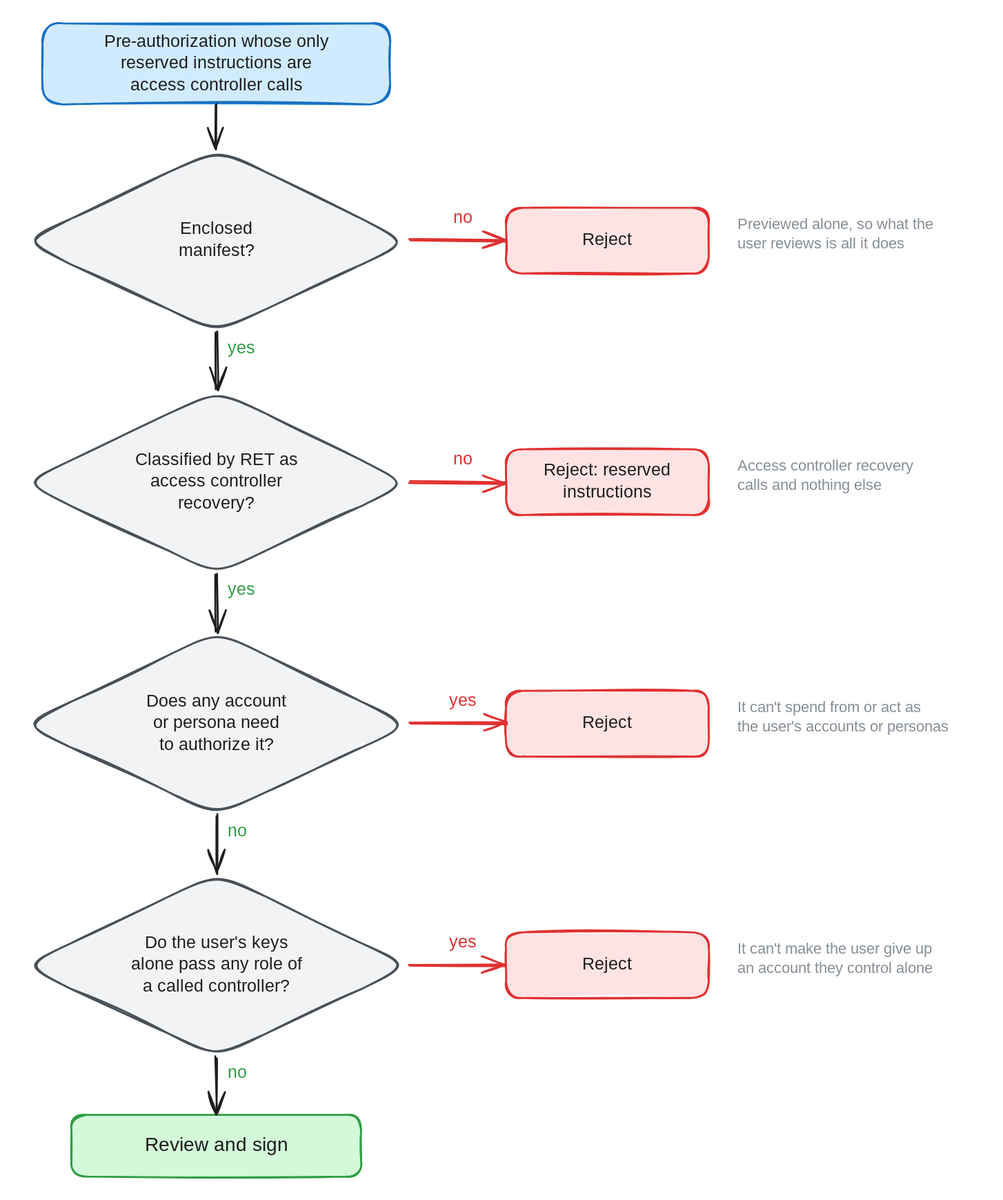
radixdlt/sargon keeps this Excalidraw diagram as docs/shared-control-pre-authorization/gate.svg. Above is the earlier version. Source tidied: one line per element, renumbered; positions are measured from the earlier drawing's top-left corner, leaving out a move shared by most shapes.
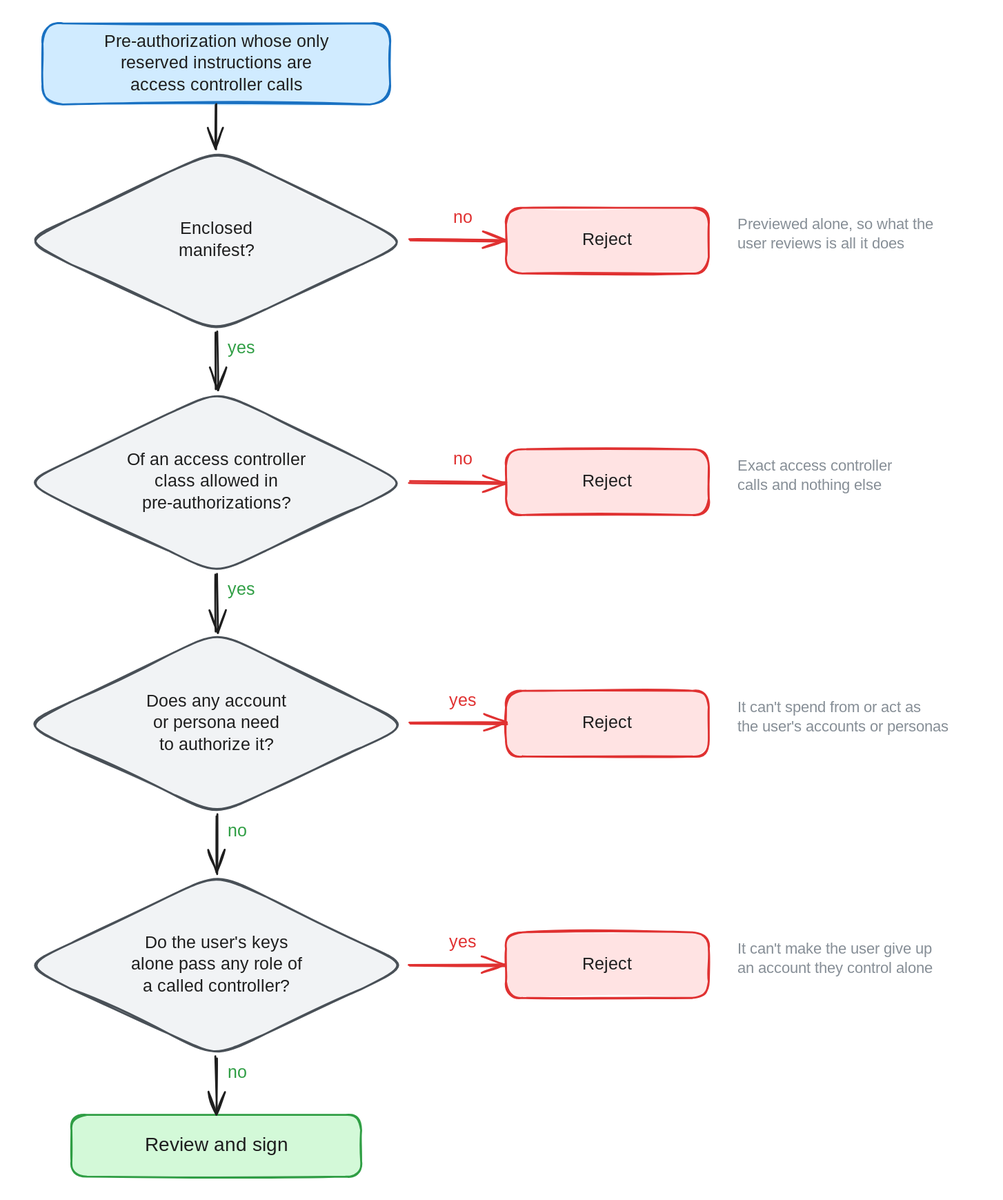
The same file after the commit.

The edit, as a diff of the source:
```diff
@@ -9,14 +9,14 @@
 {"id": 8, "type": "text", "text": "no", "strokeColor": "#e03131", "strokeWidth": 2, "roughness": 1, "fontSize": 18, "fontFamily": 5, "textAlign": "center", "x": 445, "y": 191, "width": 20, "height": 22}
 {"id": 9, "type": "text", "text": "Previewed alone, so what the\nuser reviews is all it does", "strokeColor": "#868e96", "strokeWidth": 2, "roughness": 1, "fontSize": 16, "fontFamily": 5, "x": 740, "y": 199, "width": 229, "height": 40}
 {"id": 10, "type": "diamond", "strokeColor": "#495057", "backgroundColor": "#f1f3f5", "fillStyle": "solid", "strokeWidth": 2, "roughness": 1, "round": true, "x": 0, "y": 380, "width": 400, "height": 190}
-{"id": 11, "type": "text", "text": "Classified by RET as\naccess controller\nrecovery?", "strokeColor": "#1e1e1e", "strokeWidth": 2, "roughness": 1, "fontSize": 18, "fontFamily": 5, "textAlign": "center", "verticalAlign": "middle", "inside": 10, "x": 107, "y": 441, "width": 186, "height": 68}
+{"id": 11, "type": "text", "text": "Of an access controller\nclass allowed in\npre-authorizations?", "strokeColor": "#1e1e1e", "strokeWidth": 2, "roughness": 1, "fontSize": 18, "fontFamily": 5, "textAlign": "center", "verticalAlign": "middle", "inside": 10, "x": 98, "y": 441, "width": 205, "height": 68}
 {"id": 12, "type": "arrow", "strokeColor": "#1e1e1e", "strokeWidth": 2, "roughness": 1, "endArrowhead": "arrow", "round": true, "from": 2, "to": 10, "x": 200, "y": 320, "width": 0, "height": 60, "points": [[0, 0], [0, 60]]}
 {"id": 13, "type": "text", "text": "yes", "strokeColor": "#2f9e44", "strokeWidth": 2, "roughness": 1, "fontSize": 18, "fontFamily": 5, "x": 212, "y": 326, "width": 29, "height": 22}
 {"id": 14, "type": "rectangle", "strokeColor": "#e03131", "backgroundColor": "#ffe3e3", "fillStyle": "solid", "strokeWidth": 2, "roughness": 1, "round": true, "x": 500, "y": 441, "width": 210, "height": 68}
-{"id": 15, "type": "text", "text": "Reject: reserved\ninstructions", "strokeColor": "#1e1e1e", "strokeWidth": 2, "roughness": 1, "fontSize": 18, "fontFamily": 5, "textAlign": "center", "verticalAlign": "middle", "inside": 14, "x": 533, "y": 452, "width": 143, "height": 45}
+{"id": 15, "type": "text", "text": "Reject", "strokeColor": "#1e1e1e", "strokeWidth": 2, "roughness": 1, "fontSize": 18, "fontFamily": 5, "textAlign": "center", "verticalAlign": "middle", "inside": 14, "x": 576, "y": 464, "width": 58, "height": 22}
 {"id": 16, "type": "arrow", "strokeColor": "#e03131", "strokeWidth": 2, "roughness": 1, "endArrowhead": "arrow", "round": true, "from": 10, "to": 14, "x": 400, "y": 475, "width": 100, "height": 0, "points": [[0, 0], [100, 0]]}
 {"id": 17, "type": "text", "text": "no", "strokeColor": "#e03131", "strokeWidth": 2, "roughness": 1, "fontSize": 18, "fontFamily": 5, "textAlign": "center", "x": 445, "y": 441, "width": 20, "height": 22}
-{"id": 18, "type": "text", "text": "Access controller recovery\ncalls and nothing else", "strokeColor": "#868e96", "strokeWidth": 2, "roughness": 1, "fontSize": 16, "fontFamily": 5, "x": 740, "y": 449, "width": 204, "height": 40}
+{"id": 18, "type": "text", "text": "Exact access controller\ncalls and nothing else", "strokeColor": "#868e96", "strokeWidth": 2, "roughness": 1, "fontSize": 16, "fontFamily": 5, "x": 740, "y": 449, "width": 184, "height": 40}
 {"id": 19, "type": "diamond", "strokeColor": "#495057", "backgroundColor": "#f1f3f5", "fillStyle": "solid", "strokeWidth": 2, "roughness": 1, "round": true, "x": 0, "y": 630, "width": 400, "height": 190}
 {"id": 20, "type": "text", "text": "Does any account\nor persona need\nto authorize it?", "strokeColor": "#1e1e1e", "strokeWidth": 2, "roughness": 1, "fontSize": 18, "fontFamily": 5, "textAlign": "center", "verticalAlign": "middle", "inside": 19, "x": 122, "y": 691, "width": 157, "height": 68}
 {"id": 21, "type": "arrow", "strokeColor": "#1e1e1e", "strokeWidth": 2, "roughness": 1, "endArrowhead": "arrow", "round": true, "from": 10, "to": 19, "x": 200, "y": 570, "width": 0, "height": 60, "points": [[0, 0], [0, 60]]}
```
